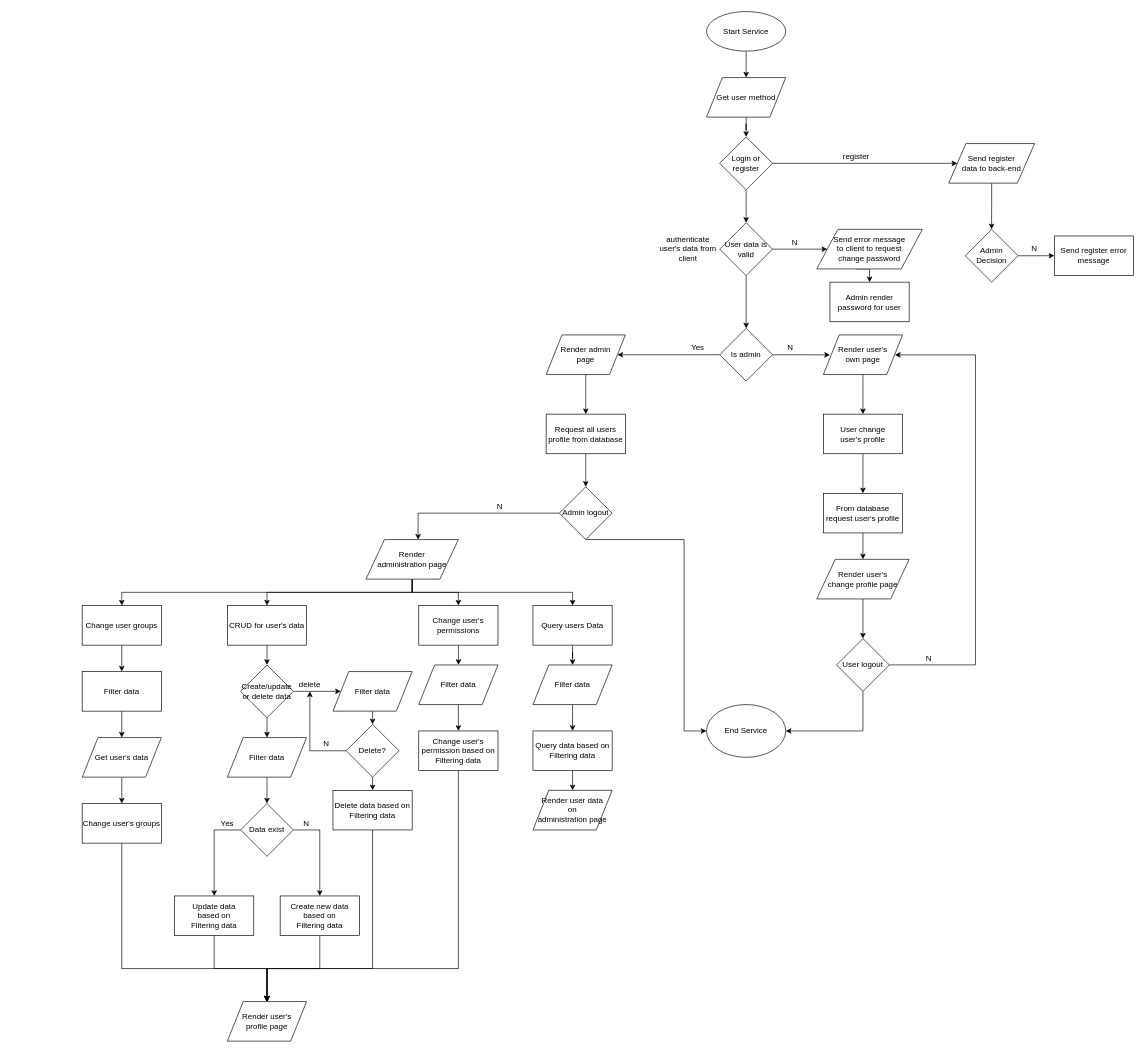
qazwsx08ghj/System_analysis_class keeps this draw.io diagram as Untitled Diagram.drawio. Above is the earlier version. Source tidied: cells renumbered, new cells numbered last; positions are measured from the earlier drawing's top-left corner, leaving out a move shared by most shapes. Both pictures are drawn from the tidied source at 66%, with x=0, y=0 at pixel (82, 11).
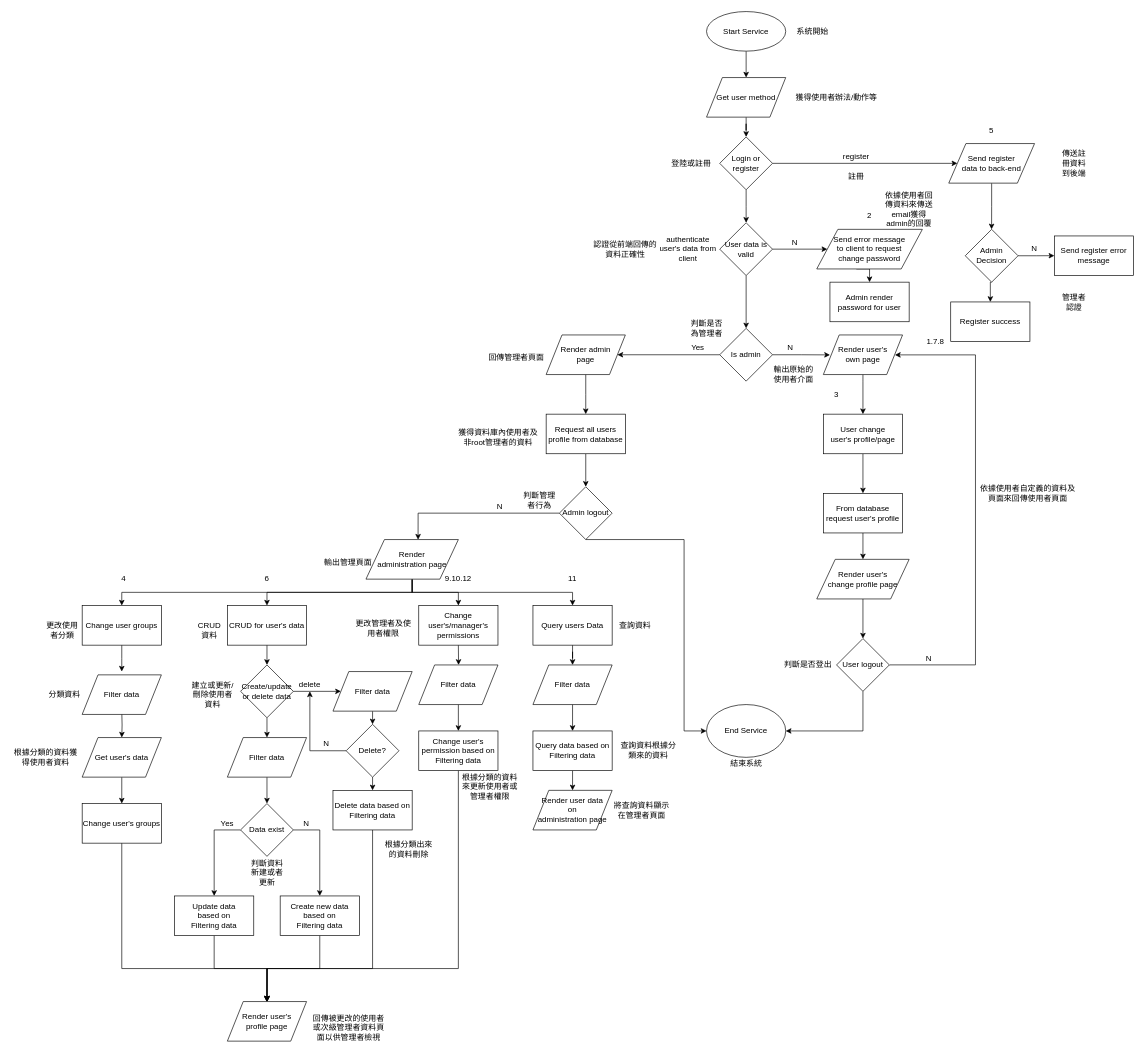
After the change.

Unchanged cells that the change refers to:
```xml
<mxCell id="22" value="Admin Decision" style="rhombus;whiteSpace=wrap;html=1;" parent="1" vertex="1">
  <mxGeometry x="1338" y="330" width="80" height="80" as="geometry" />
</mxCell>
<mxCell id="71" value="Get user's data" style="shape=parallelogram;perimeter=parallelogramPerimeter;whiteSpace=wrap;html=1;" parent="1" vertex="1">
  <mxGeometry y="1100" width="120" height="60" as="geometry" />
</mxCell>
```

What changed in the source:
```diff
@@
+    <mxCell id="102" style="edgeStyle=orthogonalEdgeStyle;rounded=0;jettySize=auto;html=1;exitX=0.5;exitY=1;exitDx=0;exitDy=0;entryX=0.5;entryY=0;entryDx=0;entryDy=0;" parent="1" edge="1" source="22" target="118">
+      <mxGeometry relative="1" as="geometry" />
+    </mxCell>
@@
-    <mxCell id="51" value="&lt;span style=&quot;white-space: normal&quot;&gt;User change&lt;br&gt;user's profile&lt;/span&gt;" style="rounded=0;whiteSpace=wrap;html=1;" parent="1" vertex="1">
+    <mxCell id="51" value="&lt;span style=&quot;white-space: normal&quot;&gt;User change&lt;br&gt;user's profile/page&lt;/span&gt;" style="rounded=0;whiteSpace=wrap;html=1;" parent="1" vertex="1">
       <mxGeometry x="1123" y="610" width="120" height="60" as="geometry" />
     </mxCell>
@@
-    <mxCell id="53" value="Change user's&lt;br&gt;permissions" style="rounded=0;whiteSpace=wrap;html=1;" parent="1" vertex="1">
+    <mxCell id="53" value="Change user's/manager's&lt;br&gt;permissions" style="rounded=0;whiteSpace=wrap;html=1;" parent="1" vertex="1">
       <mxGeometry x="510" y="900" width="120" height="60" as="geometry" />
     </mxCell>
@@
-    <mxCell id="68" style="edgeStyle=orthogonalEdgeStyle;rounded=0;jettySize=auto;html=1;exitX=0.5;exitY=1;exitDx=0;exitDy=0;entryX=0.5;entryY=0;entryDx=0;entryDy=0;" parent="1" edge="1" source="69" target="71">
-      <mxGeometry relative="1" as="geometry" />
+    <mxCell id="68" style="edgeStyle=orthogonalEdgeStyle;rounded=0;jettySize=auto;html=1;exitX=0.5;exitY=1;exitDx=0;exitDy=0;entryX=0.5;entryY=0;entryDx=0;entryDy=0;" parent="1" edge="1" target="71">
+      <mxGeometry relative="1" as="geometry">
+        <mxPoint x="60" y="1060" as="sourcePoint" />
+      </mxGeometry>
     </mxCell>
-    <mxCell id="69" value="Filter data" style="rounded=0;whiteSpace=wrap;html=1;" parent="1" vertex="1">
-      <mxGeometry y="1000" width="120" height="60" as="geometry" />
-    </mxCell>
@@
+    <mxCell id="103" value="1.7.8" style="text;html=1;strokeColor=none;fillColor=none;align=center;verticalAlign=middle;whiteSpace=wrap;rounded=0;" parent="1" vertex="1">
+      <mxGeometry x="1273" y="490" width="40" height="20" as="geometry" />
+    </mxCell>
+    <mxCell id="104" value="2" style="text;html=1;strokeColor=none;fillColor=none;align=center;verticalAlign=middle;whiteSpace=wrap;rounded=0;" parent="1" vertex="1">
+      <mxGeometry x="1173" y="300" width="40" height="20" as="geometry" />
+    </mxCell>
+    <mxCell id="105" value="3" style="text;html=1;strokeColor=none;fillColor=none;align=center;verticalAlign=middle;whiteSpace=wrap;rounded=0;" parent="1" vertex="1">
+      <mxGeometry x="1123" y="570" width="40" height="20" as="geometry" />
+    </mxCell>
+    <mxCell id="106" value="4" style="text;html=1;strokeColor=none;fillColor=none;align=center;verticalAlign=middle;whiteSpace=wrap;rounded=0;" parent="1" vertex="1">
+      <mxGeometry x="43" y="850" width="40" height="20" as="geometry" />
+    </mxCell>
+    <mxCell id="107" value="5" style="text;html=1;strokeColor=none;fillColor=none;align=center;verticalAlign=middle;whiteSpace=wrap;rounded=0;" parent="1" vertex="1">
+      <mxGeometry x="1358" y="170" width="40" height="20" as="geometry" />
+    </mxCell>
+    <mxCell id="108" value="6" style="text;html=1;strokeColor=none;fillColor=none;align=center;verticalAlign=middle;whiteSpace=wrap;rounded=0;" parent="1" vertex="1">
+      <mxGeometry x="260" y="850" width="40" height="20" as="geometry" />
+    </mxCell>
+    <mxCell id="109" value="11" style="text;html=1;strokeColor=none;fillColor=none;align=center;verticalAlign=middle;whiteSpace=wrap;rounded=0;" parent="1" vertex="1">
+      <mxGeometry x="723" y="850" width="40" height="20" as="geometry" />
+    </mxCell>
+    <mxCell id="110" value="9.10.12" style="text;html=1;strokeColor=none;fillColor=none;align=center;verticalAlign=middle;whiteSpace=wrap;rounded=0;" parent="1" vertex="1">
+      <mxGeometry x="550" y="850" width="40" height="20" as="geometry" />
+    </mxCell>
+    <mxCell id="111" value="系統開始" style="text;html=1;strokeColor=none;fillColor=none;align=center;verticalAlign=middle;whiteSpace=wrap;rounded=0;" parent="1" vertex="1">
+      <mxGeometry x="1080" y="20" width="54" height="20" as="geometry" />
+    </mxCell>
+    <mxCell id="112" value="獲得使用者辦法/動作等" style="text;html=1;strokeColor=none;fillColor=none;align=center;verticalAlign=middle;whiteSpace=wrap;rounded=0;" parent="1" vertex="1">
+      <mxGeometry x="1073" y="120" width="140" height="20" as="geometry" />
+    </mxCell>
+    <mxCell id="113" value="登陸或註冊" style="text;html=1;strokeColor=none;fillColor=none;align=center;verticalAlign=middle;whiteSpace=wrap;rounded=0;" parent="1" vertex="1">
+      <mxGeometry x="883" y="220" width="80" height="20" as="geometry" />
+    </mxCell>
+    <mxCell id="114" value="註冊" style="text;html=1;strokeColor=none;fillColor=none;align=center;verticalAlign=middle;whiteSpace=wrap;rounded=0;" parent="1" vertex="1">
+      <mxGeometry x="1153" y="240.2" width="40" height="20" as="geometry" />
+    </mxCell>
+    <mxCell id="115" value="認證從前端回傳的資料正確性" style="text;html=1;strokeColor=none;fillColor=none;align=center;verticalAlign=middle;whiteSpace=wrap;rounded=0;" parent="1" vertex="1">
+      <mxGeometry x="773" y="340" width="100" height="40" as="geometry" />
+    </mxCell>
+    <mxCell id="116" value="依據使用者回傳資料來傳送email獲得admin的回覆" style="text;html=1;strokeColor=none;fillColor=none;align=center;verticalAlign=middle;whiteSpace=wrap;rounded=0;" parent="1" vertex="1">
+      <mxGeometry x="1213" y="280" width="80" height="40" as="geometry" />
+    </mxCell>
+    <mxCell id="117" value="傳送註冊資料到後端" style="text;html=1;strokeColor=none;fillColor=none;align=center;verticalAlign=middle;whiteSpace=wrap;rounded=0;" parent="1" vertex="1">
+      <mxGeometry x="1483" y="220" width="40" height="20" as="geometry" />
+    </mxCell>
+    <mxCell id="118" value="Register success" style="rounded=0;whiteSpace=wrap;html=1;" parent="1" vertex="1">
+      <mxGeometry x="1316" y="440" width="120" height="60" as="geometry" />
+    </mxCell>
+    <mxCell id="119" value="管理者認證" style="text;html=1;strokeColor=none;fillColor=none;align=center;verticalAlign=middle;whiteSpace=wrap;rounded=0;" parent="1" vertex="1">
+      <mxGeometry x="1483" y="430" width="40" height="20" as="geometry" />
+    </mxCell>
+    <mxCell id="120" value="判斷是否為管理者" style="text;html=1;strokeColor=none;fillColor=none;align=center;verticalAlign=middle;whiteSpace=wrap;rounded=0;" parent="1" vertex="1">
+      <mxGeometry x="918" y="470" width="57" height="20" as="geometry" />
+    </mxCell>
+    <mxCell id="121" value="回傳管理者頁面" style="text;html=1;strokeColor=none;fillColor=none;align=center;verticalAlign=middle;whiteSpace=wrap;rounded=0;" parent="1" vertex="1">
+      <mxGeometry x="613" y="510" width="90" height="30" as="geometry" />
+    </mxCell>
+    <mxCell id="122" value="輸出原始的使用者介面" style="text;html=1;strokeColor=none;fillColor=none;align=center;verticalAlign=middle;whiteSpace=wrap;rounded=0;" parent="1" vertex="1">
+      <mxGeometry x="1043" y="540" width="70" height="20" as="geometry" />
+    </mxCell>
+    <mxCell id="123" value="依據使用者自定義的資料及頁面來回傳使用者頁面" style="text;html=1;strokeColor=none;fillColor=none;align=center;verticalAlign=middle;whiteSpace=wrap;rounded=0;" parent="1" vertex="1">
+      <mxGeometry x="1358" y="700" width="150" height="60" as="geometry" />
+    </mxCell>
+    <mxCell id="124" value="判斷是否登出" style="text;html=1;strokeColor=none;fillColor=none;align=center;verticalAlign=middle;whiteSpace=wrap;rounded=0;" parent="1" vertex="1">
+      <mxGeometry x="1059.5" y="980" width="80" height="20" as="geometry" />
+    </mxCell>
+    <mxCell id="125" value="結束系統" style="text;html=1;strokeColor=none;fillColor=none;align=center;verticalAlign=middle;whiteSpace=wrap;rounded=0;" parent="1" vertex="1">
+      <mxGeometry x="977.5" y="1130" width="57" height="20" as="geometry" />
+    </mxCell>
+    <mxCell id="126" value="獲得資料庫內使用者及非root管理者的資料" style="text;html=1;strokeColor=none;fillColor=none;align=center;verticalAlign=middle;whiteSpace=wrap;rounded=0;" parent="1" vertex="1">
+      <mxGeometry x="567.5" y="630" width="125" height="30" as="geometry" />
+    </mxCell>
+    <mxCell id="127" value="判斷管理者行為" style="text;html=1;strokeColor=none;fillColor=none;align=center;verticalAlign=middle;whiteSpace=wrap;rounded=0;" parent="1" vertex="1">
+      <mxGeometry x="663" y="730" width="60" height="20" as="geometry" />
+    </mxCell>
+    <mxCell id="128" value="輸出管理頁面" style="text;html=1;strokeColor=none;fillColor=none;align=center;verticalAlign=middle;whiteSpace=wrap;rounded=0;" parent="1" vertex="1">
+      <mxGeometry x="363" y="820" width="80" height="30" as="geometry" />
+    </mxCell>
+    <mxCell id="129" value="更改管理者及使用者權限" style="text;html=1;strokeColor=none;fillColor=none;align=center;verticalAlign=middle;whiteSpace=wrap;rounded=0;" parent="1" vertex="1">
+      <mxGeometry x="413" y="920" width="87" height="30" as="geometry" />
+    </mxCell>
+    <mxCell id="130" value="CRUD資料" style="text;html=1;strokeColor=none;fillColor=none;align=center;verticalAlign=middle;whiteSpace=wrap;rounded=0;" parent="1" vertex="1">
+      <mxGeometry x="173" y="925" width="40" height="25" as="geometry" />
+    </mxCell>
+    <mxCell id="131" value="更改使用者分類" style="text;html=1;strokeColor=none;fillColor=none;align=center;verticalAlign=middle;whiteSpace=wrap;rounded=0;" parent="1" vertex="1">
+      <mxGeometry x="-60" y="922.5" width="60" height="30" as="geometry" />
+    </mxCell>
+    <mxCell id="132" value="分類資料" style="text;html=1;strokeColor=none;fillColor=none;align=center;verticalAlign=middle;whiteSpace=wrap;rounded=0;" parent="1" vertex="1">
+      <mxGeometry x="-53" y="1025" width="53" height="20" as="geometry" />
+    </mxCell>
+    <mxCell id="133" value="根據分類的資料獲得使用者資料" style="text;html=1;strokeColor=none;fillColor=none;align=center;verticalAlign=middle;whiteSpace=wrap;rounded=0;" parent="1" vertex="1">
+      <mxGeometry x="-107" y="1120" width="104" height="20" as="geometry" />
+    </mxCell>
+    <mxCell id="134" value="建立或更新/刪除使用者資料" style="text;html=1;strokeColor=none;fillColor=none;align=center;verticalAlign=middle;whiteSpace=wrap;rounded=0;" parent="1" vertex="1">
+      <mxGeometry x="163" y="1020" width="70" height="30" as="geometry" />
+    </mxCell>
+    <mxCell id="135" value="判斷資料新建或者更新" style="text;html=1;strokeColor=none;fillColor=none;align=center;verticalAlign=middle;whiteSpace=wrap;rounded=0;" parent="1" vertex="1">
+      <mxGeometry x="251.5" y="1290" width="57" height="30" as="geometry" />
+    </mxCell>
+    <mxCell id="136" value="根據分類出來的資料刪除" style="text;html=1;strokeColor=none;fillColor=none;align=center;verticalAlign=middle;whiteSpace=wrap;rounded=0;" parent="1" vertex="1">
+      <mxGeometry x="457" y="1250" width="76" height="40" as="geometry" />
+    </mxCell>
+    <mxCell id="137" value="查詢資料根據分類來的資料" style="text;html=1;strokeColor=none;fillColor=none;align=center;verticalAlign=middle;whiteSpace=wrap;rounded=0;" parent="1" vertex="1">
+      <mxGeometry x="813" y="1110" width="90" height="20" as="geometry" />
+    </mxCell>
+    <mxCell id="138" value="查詢資料" style="text;html=1;strokeColor=none;fillColor=none;align=center;verticalAlign=middle;whiteSpace=wrap;rounded=0;" parent="1" vertex="1">
+      <mxGeometry x="813" y="920" width="50" height="20" as="geometry" />
+    </mxCell>
+    <mxCell id="69" value="&lt;span style=&quot;white-space: normal&quot;&gt;Filter data&lt;/span&gt;" style="shape=parallelogram;perimeter=parallelogramPerimeter;whiteSpace=wrap;html=1;" parent="1" vertex="1">
+      <mxGeometry y="1005" width="120" height="60" as="geometry" />
+    </mxCell>
+    <mxCell id="139" value="將查詢資料顯示在管理者頁面" style="text;html=1;strokeColor=none;fillColor=none;align=center;verticalAlign=middle;whiteSpace=wrap;rounded=0;" parent="1" vertex="1">
+      <mxGeometry x="803" y="1200" width="90" height="20" as="geometry" />
+    </mxCell>
+    <mxCell id="140" value="根據分類的資料來更新使用者或管理者權限" style="text;html=1;strokeColor=none;fillColor=none;align=center;verticalAlign=middle;whiteSpace=wrap;rounded=0;" parent="1" vertex="1">
+      <mxGeometry x="573" y="1160" width="90" height="30" as="geometry" />
+    </mxCell>
+    <mxCell id="141" value="回傳被更改的使用者或次級管理者資料頁面以供管理者檢視" style="text;html=1;strokeColor=none;fillColor=none;align=center;verticalAlign=middle;whiteSpace=wrap;rounded=0;" parent="1" vertex="1">
+      <mxGeometry x="345" y="1520" width="118" height="40" as="geometry" />
+    </mxCell>
```
